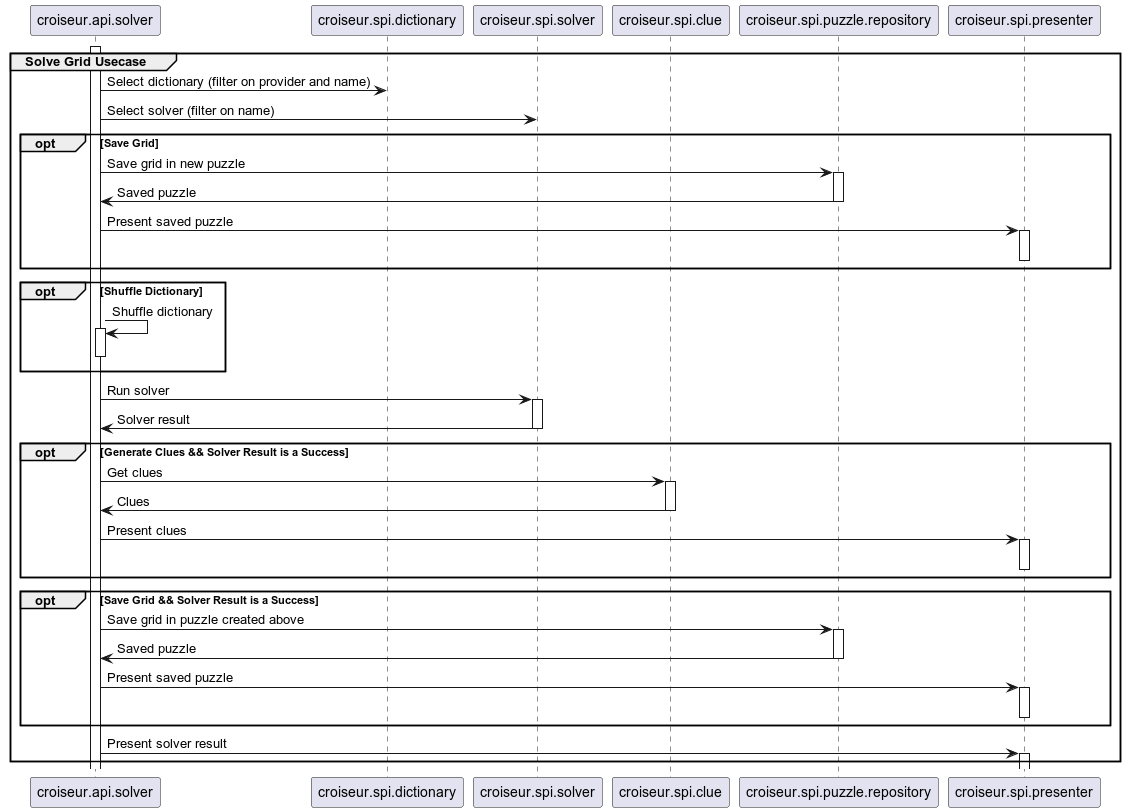
The PlantUML diagram doc/reference/puml/sequence/image/output/solve-grid-core.png in super7ramp/croiseur, before a commit.
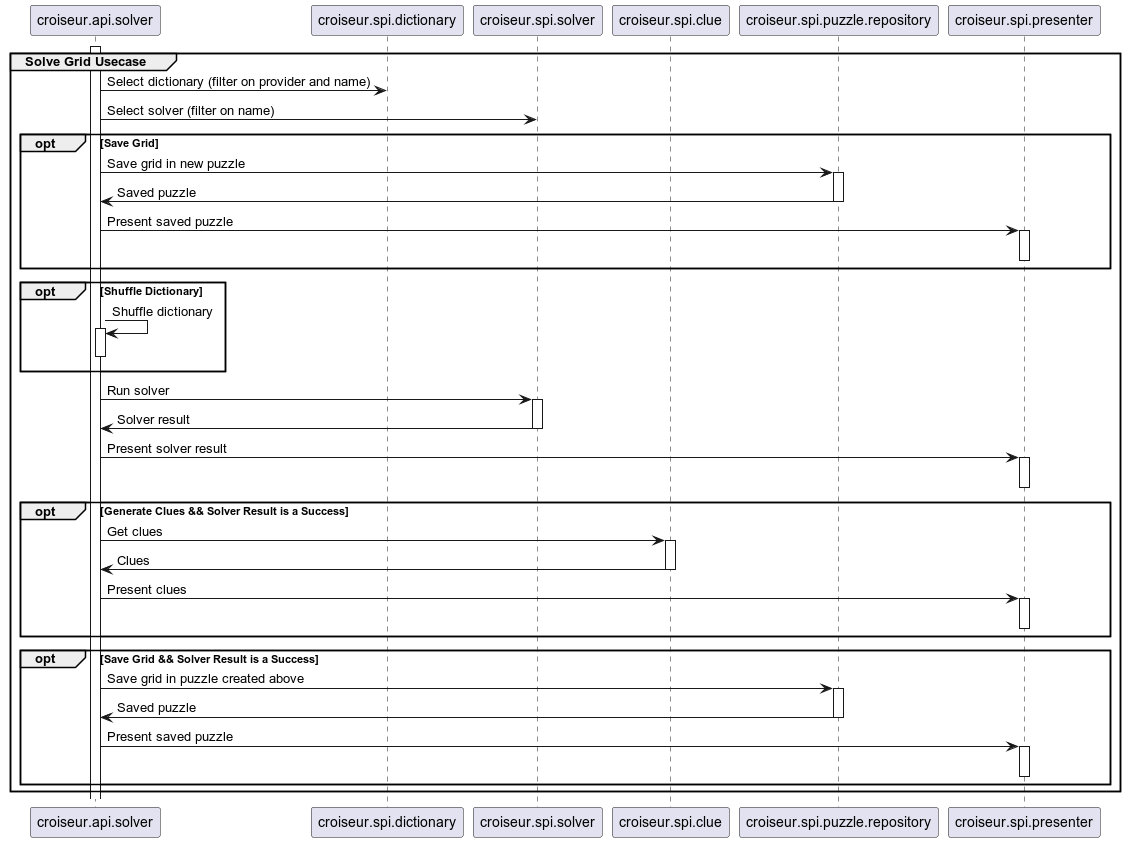
Above is the later version.

Commit message:
doc: Fix solve grid usecase core fragment

Solver result is presented before clues and saved puzzle.

The edit, as a diff of the source:
```diff
@@ -33,6 +33,10 @@
 croiseur.spi.solver -> croiseur.api.solver : Solver result
 deactivate croiseur.spi.solver
 
+croiseur.api.solver -> croiseur.spi.presenter : Present solver result
+activate croiseur.spi.presenter
+deactivate croiseur.spi.presenter
+
 opt Generate Clues && Solver Result is a Success
   croiseur.api.solver -> croiseur.spi.clue : Get clues
   activate croiseur.spi.clue
@@ -53,7 +57,5 @@
   deactivate croiseur.spi.presenter
 end opt
 
-croiseur.api.solver -> croiseur.spi.presenter : Present solver result
-activate croiseur.spi.presenter
 end
 @enduml
```
